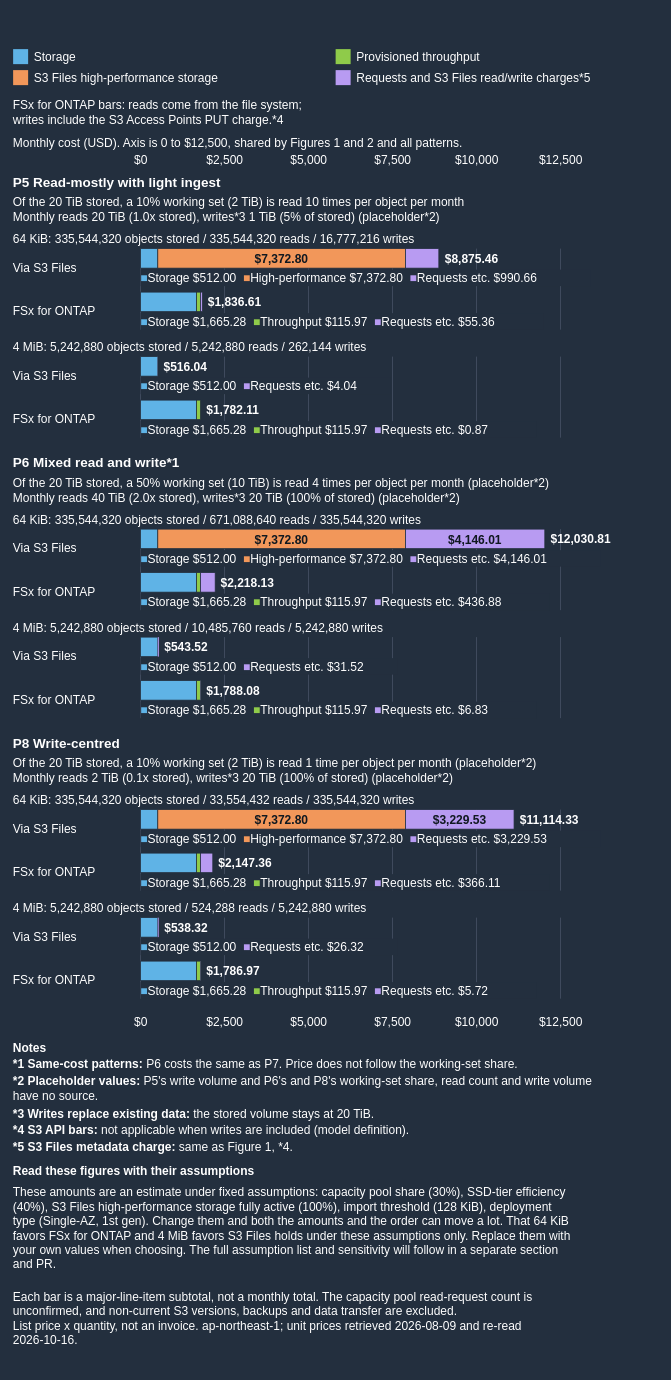
Above: docs/_assets/diagrams/s3burst-s3files-cost-structure-writes-en-dark.drawio in Yoshiki0705/S3-Burst-on-ONTAP-Files (draw.io), before the change. Source tidied: cells renumbered, new cells numbered last; positions are measured from the earlier drawing's top-left corner, leaving out a move shared by most shapes. Both pictures are drawn from the tidied source at 75%, with x=0, y=0 at pixel (13, 46).
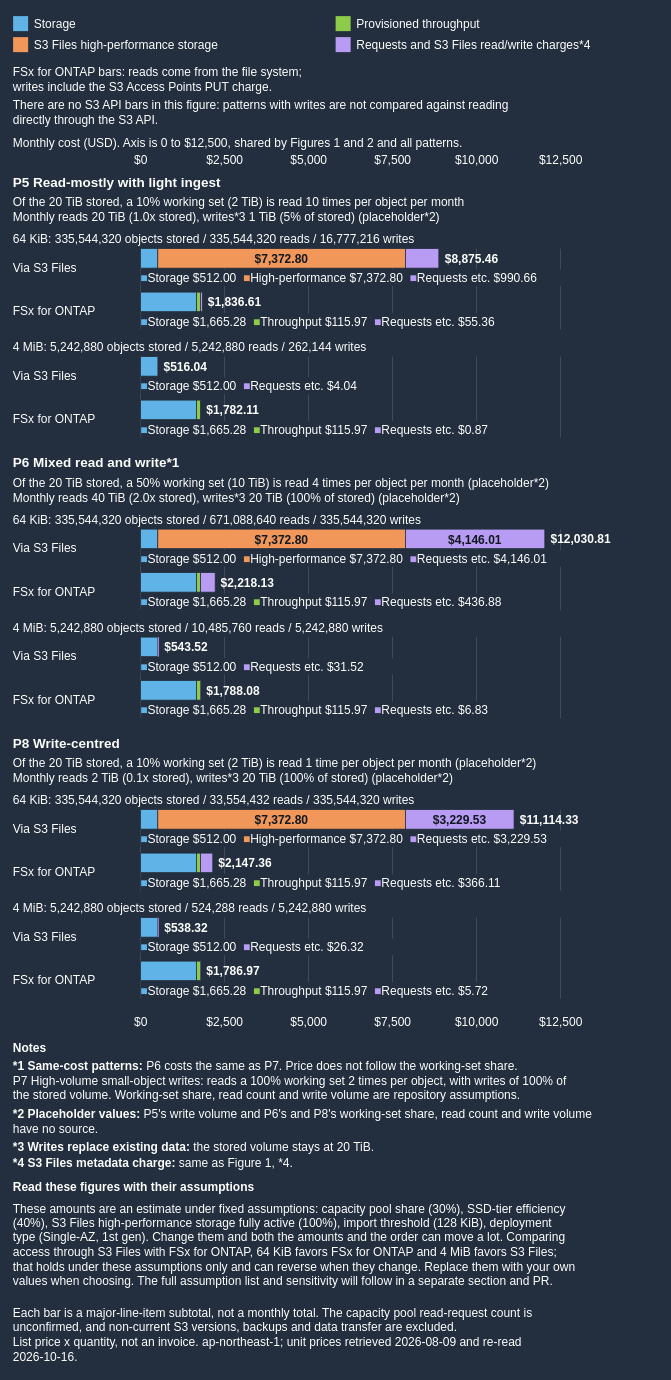
Above is the later version.

Commit message (it also covers changes not shown here):
docs: generate the cost figures from the model and fix their wording

What changed in the source:
```diff
@@
     <mxCell id="38" style="rounded=0;whiteSpace=nowrap;html=0;fillColor=#5FB3E6;strokeColor=none;fontSize=16;fontColor=#101820;fontStyle=1;align=center;verticalAlign=middle;" parent="1" vertex="1">
-      <mxGeometry y="4" width="20" height="20" as="geometry" />
+      <mxGeometry y="-40" width="20" height="20" as="geometry" />
     </mxCell>
     <mxCell id="39" value="Storage" style="text;html=1;whiteSpace=nowrap;overflow=visible;align=left;verticalAlign=middle;spacing=0;spacingLeft=0;spacingRight=0;spacingTop=0;spacingBottom=0;fontSize=16;fontColor=#FFFFFF;fontStyle=0;" parent="1" vertex="1">
-      <mxGeometry x="28" width="398" height="28" as="geometry" />
+      <mxGeometry x="28" y="-44" width="398" height="28" as="geometry" />
     </mxCell>
     <mxCell id="40" style="rounded=0;whiteSpace=nowrap;html=0;fillColor=#8FCB4A;strokeColor=none;fontSize=16;fontColor=#101820;fontStyle=1;align=center;verticalAlign=middle;" parent="1" vertex="1">
-      <mxGeometry x="430" y="4" width="20" height="20" as="geometry" />
+      <mxGeometry x="430" y="-40" width="20" height="20" as="geometry" />
     </mxCell>
     <mxCell id="41" value="Provisioned throughput" style="text;html=1;whiteSpace=nowrap;overflow=visible;align=left;verticalAlign=middle;spacing=0;spacingLeft=0;spacingRight=0;spacingTop=0;spacingBottom=0;fontSize=16;fontColor=#FFFFFF;fontStyle=0;" parent="1" vertex="1">
-      <mxGeometry x="458" width="398" height="28" as="geometry" />
+      <mxGeometry x="458" y="-44" width="398" height="28" as="geometry" />
     </mxCell>
     <mxCell id="42" style="rounded=0;whiteSpace=nowrap;html=0;fillColor=#F2975A;strokeColor=none;fontSize=16;fontColor=#101820;fontStyle=1;align=center;verticalAlign=middle;" parent="1" vertex="1">
-      <mxGeometry y="32" width="20" height="20" as="geometry" />
+      <mxGeometry y="-12" width="20" height="20" as="geometry" />
     </mxCell>
     <mxCell id="43" value="S3 Files high-performance storage" style="text;html=1;whiteSpace=nowrap;overflow=visible;align=left;verticalAlign=middle;spacing=0;spacingLeft=0;spacingRight=0;spacingTop=0;spacingBottom=0;fontSize=16;fontColor=#FFFFFF;fontStyle=0;" parent="1" vertex="1">
-      <mxGeometry x="28" y="28" width="398" height="28" as="geometry" />
+      <mxGeometry x="28" y="-16" width="398" height="28" as="geometry" />
     </mxCell>
     <mxCell id="44" style="rounded=0;whiteSpace=nowrap;html=0;fillColor=#B89BF2;strokeColor=none;fontSize=16;fontColor=#101820;fontStyle=1;align=center;verticalAlign=middle;" parent="1" vertex="1">
-      <mxGeometry x="430" y="32" width="20" height="20" as="geometry" />
+      <mxGeometry x="430" y="-12" width="20" height="20" as="geometry" />
     </mxCell>
-    <mxCell id="45" value="Requests and S3 Files read/write charges*5" style="text;html=1;whiteSpace=nowrap;overflow=visible;align=left;verticalAlign=middle;spacing=0;spacingLeft=0;spacingRight=0;spacingTop=0;spacingBottom=0;fontSize=16;fontColor=#FFFFFF;fontStyle=0;" parent="1" vertex="1">
-      <mxGeometry x="458" y="28" width="398" height="28" as="geometry" />
+    <mxCell id="45" value="Requests and S3 Files read/write charges*4" style="text;html=1;whiteSpace=nowrap;overflow=visible;align=left;verticalAlign=middle;spacing=0;spacingLeft=0;spacingRight=0;spacingTop=0;spacingBottom=0;fontSize=16;fontColor=#FFFFFF;fontStyle=0;" parent="1" vertex="1">
+      <mxGeometry x="458" y="-16" width="398" height="28" as="geometry" />
     </mxCell>
-    <mxCell id="46" value="FSx for ONTAP bars: reads come from the file system;&lt;br&gt;writes include the S3 Access Points PUT charge.*4" style="text;html=1;whiteSpace=nowrap;overflow=visible;align=left;verticalAlign=middle;spacing=0;spacingLeft=0;spacingRight=0;spacingTop=0;spacingBottom=0;fontSize=16;fontColor=#FFFFFF;fontStyle=0;" parent="1" vertex="1">
-      <mxGeometry y="66" width="860" height="44" as="geometry" />
+    <mxCell id="46" value="FSx for ONTAP bars: reads come from the file system;&lt;br&gt;writes include the S3 Access Points PUT charge." style="text;html=1;whiteSpace=nowrap;overflow=visible;align=left;verticalAlign=middle;spacing=0;spacingLeft=0;spacingRight=0;spacingTop=0;spacingBottom=0;fontSize=16;fontColor=#FFFFFF;fontStyle=0;" parent="1" vertex="1">
+      <mxGeometry y="22" width="860" height="44" as="geometry" />
     </mxCell>
+    <mxCell id="150" value="There are no S3 API bars in this figure: patterns with writes are not compared against reading&lt;br&gt;directly through the S3 API." style="text;html=1;whiteSpace=nowrap;overflow=visible;align=left;verticalAlign=middle;spacing=0;spacingLeft=0;spacingRight=0;spacingTop=0;spacingBottom=0;fontSize=16;fontColor=#FFFFFF;fontStyle=0;" parent="1" vertex="1">
+      <mxGeometry y="66" width="860" height="44" as="geometry" />
+    </mxCell>
@@
-    <mxCell id="142" value="&lt;b&gt;*1 Same-cost patterns:&lt;/b&gt; P6 costs the same as P7. Price does not follow the working-set share." style="text;html=1;whiteSpace=nowrap;overflow=visible;align=left;verticalAlign=middle;spacing=0;spacingLeft=0;spacingRight=0;spacingTop=0;spacingBottom=0;fontSize=16;fontColor=#FFFFFF;fontStyle=0;" parent="1" vertex="1">
-      <mxGeometry y="1346" width="860" height="22" as="geometry" />
+    <mxCell id="142" value="&lt;b&gt;*1 Same-cost patterns:&lt;/b&gt; P6 costs the same as P7. Price does not follow the working-set share.&lt;br&gt;P7 High-volume small-object writes: reads a 100% working set 2 times per object, with writes of 100% of&lt;br&gt;the stored volume. Working-set share, read count and write volume are repository assumptions." style="text;html=1;whiteSpace=nowrap;overflow=visible;align=left;verticalAlign=middle;spacing=0;spacingLeft=0;spacingRight=0;spacingTop=0;spacingBottom=0;fontSize=16;fontColor=#FFFFFF;fontStyle=0;" parent="1" vertex="1">
+      <mxGeometry y="1346" width="860" height="66" as="geometry" />
     </mxCell>
     <mxCell id="143" value="&lt;b&gt;*2 Placeholder values:&lt;/b&gt; P5&amp;#x27;s write volume and P6&amp;#x27;s and P8&amp;#x27;s working-set share, read count and write volume&lt;br&gt;have no source." style="text;html=1;whiteSpace=nowrap;overflow=visible;align=left;verticalAlign=middle;spacing=0;spacingLeft=0;spacingRight=0;spacingTop=0;spacingBottom=0;fontSize=16;fontColor=#FFFFFF;fontStyle=0;" parent="1" vertex="1">
-      <mxGeometry y="1368" width="860" height="44" as="geometry" />
+      <mxGeometry y="1412" width="860" height="44" as="geometry" />
     </mxCell>
     <mxCell id="144" value="&lt;b&gt;*3 Writes replace existing data:&lt;/b&gt; the stored volume stays at 20 TiB." style="text;html=1;whiteSpace=nowrap;overflow=visible;align=left;verticalAlign=middle;spacing=0;spacingLeft=0;spacingRight=0;spacingTop=0;spacingBottom=0;fontSize=16;fontColor=#FFFFFF;fontStyle=0;" parent="1" vertex="1">
-      <mxGeometry y="1412" width="860" height="22" as="geometry" />
+      <mxGeometry y="1456" width="860" height="22" as="geometry" />
     </mxCell>
-    <mxCell id="145" value="&lt;b&gt;*4 S3 API bars:&lt;/b&gt; not applicable when writes are included (model definition)." style="text;html=1;whiteSpace=nowrap;overflow=visible;align=left;verticalAlign=middle;spacing=0;spacingLeft=0;spacingRight=0;spacingTop=0;spacingBottom=0;fontSize=16;fontColor=#FFFFFF;fontStyle=0;" parent="1" vertex="1">
-      <mxGeometry y="1434" width="860" height="22" as="geometry" />
+    <mxCell id="145" value="&lt;b&gt;*4 S3 Files metadata charge:&lt;/b&gt; same as Figure 1, *4." style="text;html=1;whiteSpace=nowrap;overflow=visible;align=left;verticalAlign=middle;spacing=0;spacingLeft=0;spacingRight=0;spacingTop=0;spacingBottom=0;fontSize=16;fontColor=#FFFFFF;fontStyle=0;" parent="1" vertex="1">
+      <mxGeometry y="1478" width="860" height="22" as="geometry" />
     </mxCell>
-    <mxCell id="146" value="&lt;b&gt;*5 S3 Files metadata charge:&lt;/b&gt; same as Figure 1, *4." style="text;html=1;whiteSpace=nowrap;overflow=visible;align=left;verticalAlign=middle;spacing=0;spacingLeft=0;spacingRight=0;spacingTop=0;spacingBottom=0;fontSize=16;fontColor=#FFFFFF;fontStyle=0;" parent="1" vertex="1">
-      <mxGeometry y="1456" width="860" height="22" as="geometry" />
-    </mxCell>
     <mxCell id="147" value="&lt;b&gt;Read these figures with their assumptions&lt;/b&gt;" style="text;html=1;whiteSpace=nowrap;overflow=visible;align=left;verticalAlign=middle;spacing=0;spacingLeft=0;spacingRight=0;spacingTop=0;spacingBottom=0;fontSize=16;fontColor=#FFFFFF;fontStyle=0;" parent="1" vertex="1">
-      <mxGeometry y="1488" width="860" height="22" as="geometry" />
+      <mxGeometry y="1510" width="860" height="22" as="geometry" />
     </mxCell>
-    <mxCell id="148" value="These amounts are an estimate under fixed assumptions: capacity pool share (30%), SSD-tier efficiency&lt;br&gt;(40%), S3 Files high-performance storage fully active (100%), import threshold (128 KiB), deployment&lt;br&gt;type (Single-AZ, 1st gen). Change them and both the amounts and the order can move a lot. That 64 KiB&lt;br&gt;favors FSx for ONTAP and 4 MiB favors S3 Files holds under these assumptions only. Replace them with&lt;br&gt;your own values when choosing. The full assumption list and sensitivity will follow in a separate section&lt;br&gt;and PR." style="text;html=1;whiteSpace=nowrap;overflow=visible;align=left;verticalAlign=middle;spacing=0;spacingLeft=0;spacingRight=0;spacingTop=0;spacingBottom=0;fontSize=16;fontColor=#FFFFFF;fontStyle=0;" parent="1" vertex="1">
-      <mxGeometry y="1510" width="860" height="132" as="geometry" />
+    <mxCell id="148" value="These amounts are an estimate under fixed assumptions: capacity pool share (30%), SSD-tier efficiency&lt;br&gt;(40%), S3 Files high-performance storage fully active (100%), import threshold (128 KiB), deployment&lt;br&gt;type (Single-AZ, 1st gen). Change them and both the amounts and the order can move a lot. Comparing&lt;br&gt;access through S3 Files with FSx for ONTAP, 64 KiB favors FSx for ONTAP and 4 MiB favors S3 Files;&lt;br&gt;that holds under these assumptions only and can reverse when they change. Replace them with your own&lt;br&gt;values when choosing. The full assumption list and sensitivity will follow in a separate section and PR." style="text;html=1;whiteSpace=nowrap;overflow=visible;align=left;verticalAlign=middle;spacing=0;spacingLeft=0;spacingRight=0;spacingTop=0;spacingBottom=0;fontSize=16;fontColor=#FFFFFF;fontStyle=0;" parent="1" vertex="1">
+      <mxGeometry y="1532" width="860" height="132" as="geometry" />
     </mxCell>
     <mxCell id="149" value="Each bar is a major-line-item subtotal, not a monthly total. The capacity pool read-request count is&lt;br&gt;unconfirmed, and non-current S3 versions, backups and data transfer are excluded.&lt;br&gt;List price x quantity, not an invoice. ap-northeast-1; unit prices retrieved 2026-08-09 and re-read&lt;br&gt;2026-10-16." style="text;html=1;whiteSpace=nowrap;overflow=visible;align=left;verticalAlign=middle;spacing=0;spacingLeft=0;spacingRight=0;spacingTop=0;spacingBottom=0;fontSize=16;fontColor=#FFFFFF;fontStyle=0;" parent="1" vertex="1">
-      <mxGeometry y="1652" width="860" height="88" as="geometry" />
+      <mxGeometry y="1674" width="860" height="88" as="geometry" />
     </mxCell>
```
